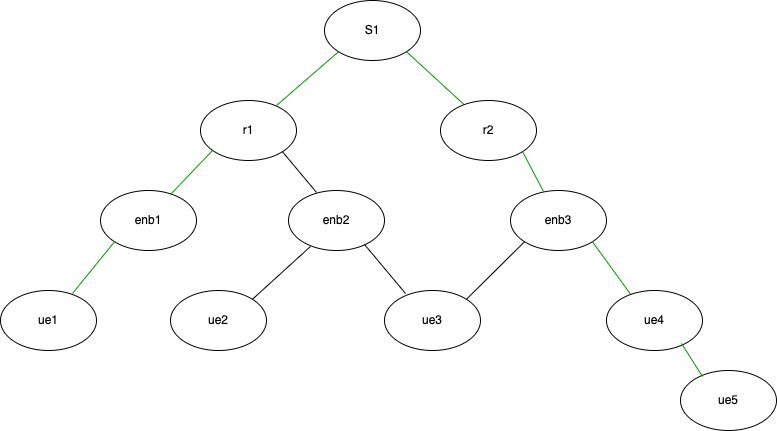
Earlier version of the draw.io export measurements/graphs/layered-topology.png (Sigtrix/docker-testbed). Source tidied: cells renumbered, new cells last; positions are measured from the earlier drawing's top-left corner, leaving out a move shared by most shapes.
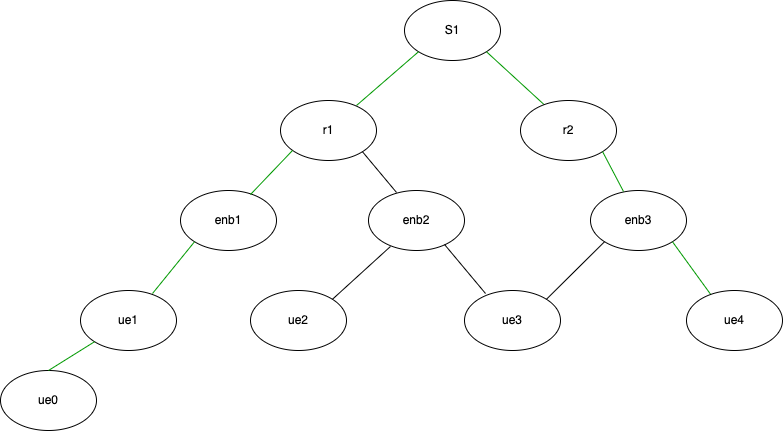
Later version of the same file.

Change to the diagram source:
```diff
@@ -66,11 +66,11 @@
     <mxCell id="21" value="ue4" style="ellipse;whiteSpace=wrap;html=1;" parent="1" vertex="1">
       <mxGeometry x="606" y="290" width="96" height="60" as="geometry" />
     </mxCell>
-    <mxCell id="22" value="ue5" style="ellipse;whiteSpace=wrap;html=1;" parent="1" vertex="1">
-      <mxGeometry x="680" y="370" width="96" height="60" as="geometry" />
-    </mxCell>
-    <mxCell id="23" style="endArrow=none;html=1;rounded=0;entryX=0.781;entryY=0.883;entryDx=0;entryDy=0;entryPerimeter=0;exitX=0.229;exitY=0.1;exitDx=0;exitDy=0;exitPerimeter=0;strokeColor=#009900;" parent="1" edge="1" source="22" target="21">
-      <mxGeometry relative="1" as="geometry" />
-    </mxCell>
+    <mxCell id="24" value="ue0" style="ellipse;whiteSpace=wrap;html=1;" parent="1" vertex="1">
+      <mxGeometry x="-80" y="370" width="96" height="60" as="geometry" />
+    </mxCell>
+    <mxCell id="25" style="endArrow=none;html=1;rounded=0;entryX=0;entryY=1;entryDx=0;entryDy=0;exitX=0.5;exitY=0;exitDx=0;exitDy=0;fillColor=#009900;strokeColor=#009900;" parent="1" edge="1" source="24" target="13">
+      <mxGeometry relative="1" as="geometry" />
+    </mxCell>
   </root>
 </mxGraphModel>
```
